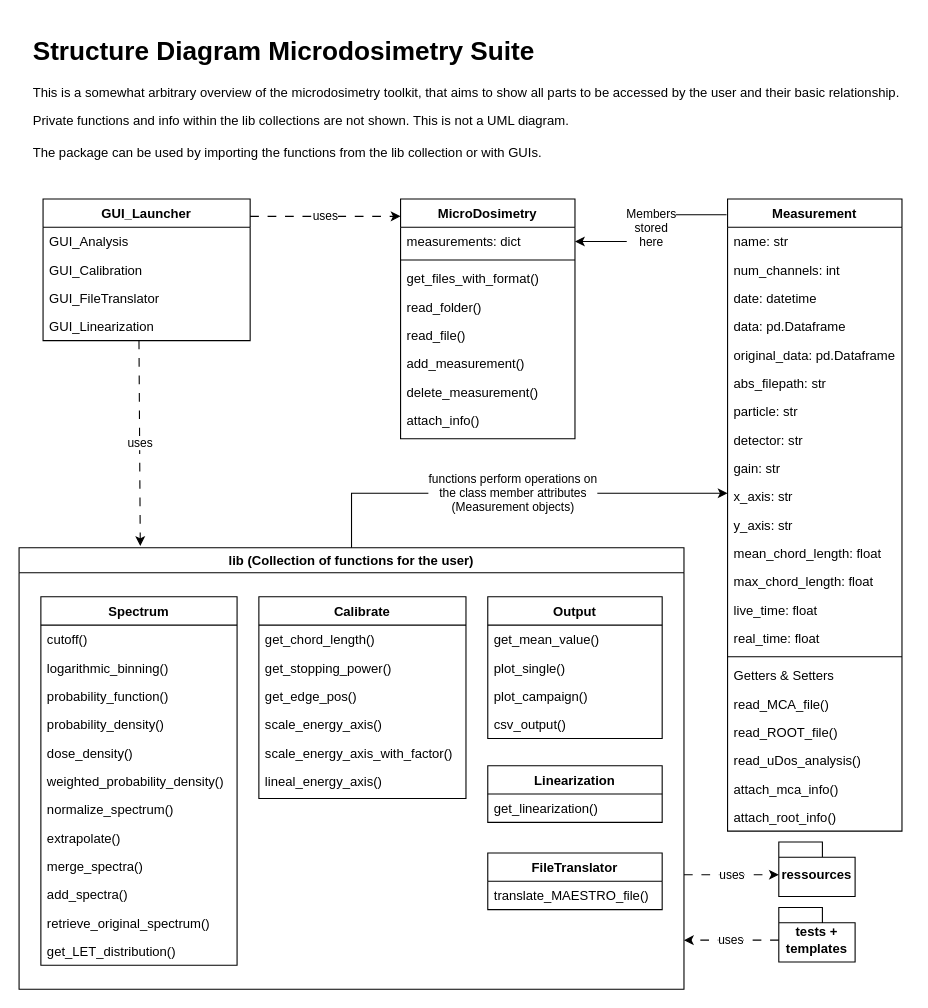
Before: docs/structure_diagram.drawio in hiaslknopf/APFELmuS, a draw.io diagram. Source tidied: cells renumbered, new cells numbered last; positions are measured from the earlier drawing's top-left corner, leaving out a move shared by most shapes. Both pictures are drawn from the tidied source at 109%, with x=0, y=0 at pixel (19, 29).
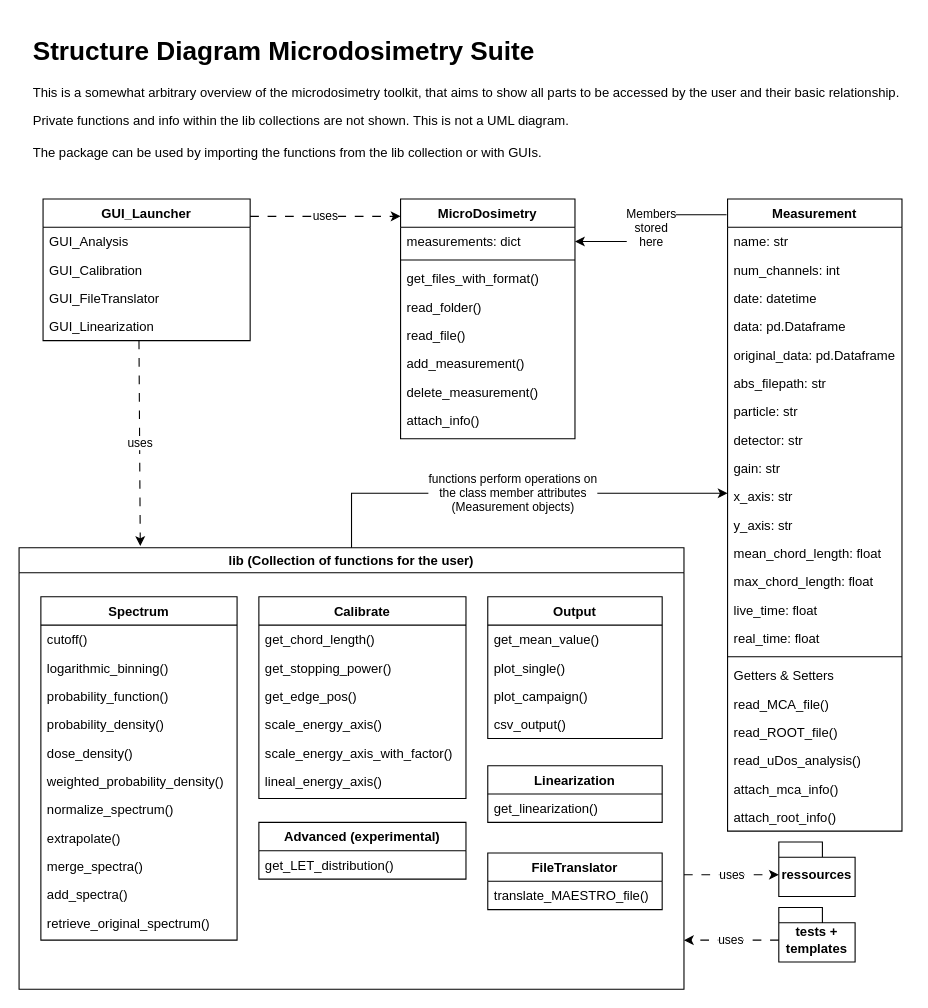
Above is the later version.

Unchanged cells that the change refers to:
```xml
<mxCell id="35" value="lib (Collection of functions for the user)" style="swimlane;whiteSpace=wrap;html=1;" parent="1" vertex="1">
  <mxGeometry y="475" width="610" height="405" as="geometry" />
</mxCell>
```

What changed in the source:
```diff
@@
     <mxCell id="48" value="Spectrum" style="swimlane;fontStyle=1;align=center;verticalAlign=top;horizontal=1;startSize=26;rounded=0;shadow=0;strokeWidth=1;" parent="35" vertex="1">
-      <mxGeometry x="20" y="45" width="180" height="338" as="geometry" />
+      <mxGeometry x="20" y="45" width="180" height="315" as="geometry" />
     </mxCell>
@@
-    <mxCell id="60" value="get_LET_distribution()" style="text;align=left;verticalAlign=top;spacingLeft=4;spacingRight=4;overflow=hidden;" parent="48" vertex="1">
-      <mxGeometry y="312" width="180" height="26" as="geometry" />
-    </mxCell>
@@
+    <mxCell id="78" value="Advanced (experimental)" style="swimlane;fontStyle=1;align=center;verticalAlign=top;horizontal=1;startSize=26;rounded=0;shadow=0;strokeWidth=1;" parent="35" vertex="1">
+      <mxGeometry x="220" y="252" width="190" height="52" as="geometry" />
+    </mxCell>
+    <mxCell id="60" value="get_LET_distribution()" style="text;align=left;verticalAlign=top;spacingLeft=4;spacingRight=4;overflow=hidden;" parent="78" vertex="1">
+      <mxGeometry y="26" width="190" height="26" as="geometry" />
+    </mxCell>
```
